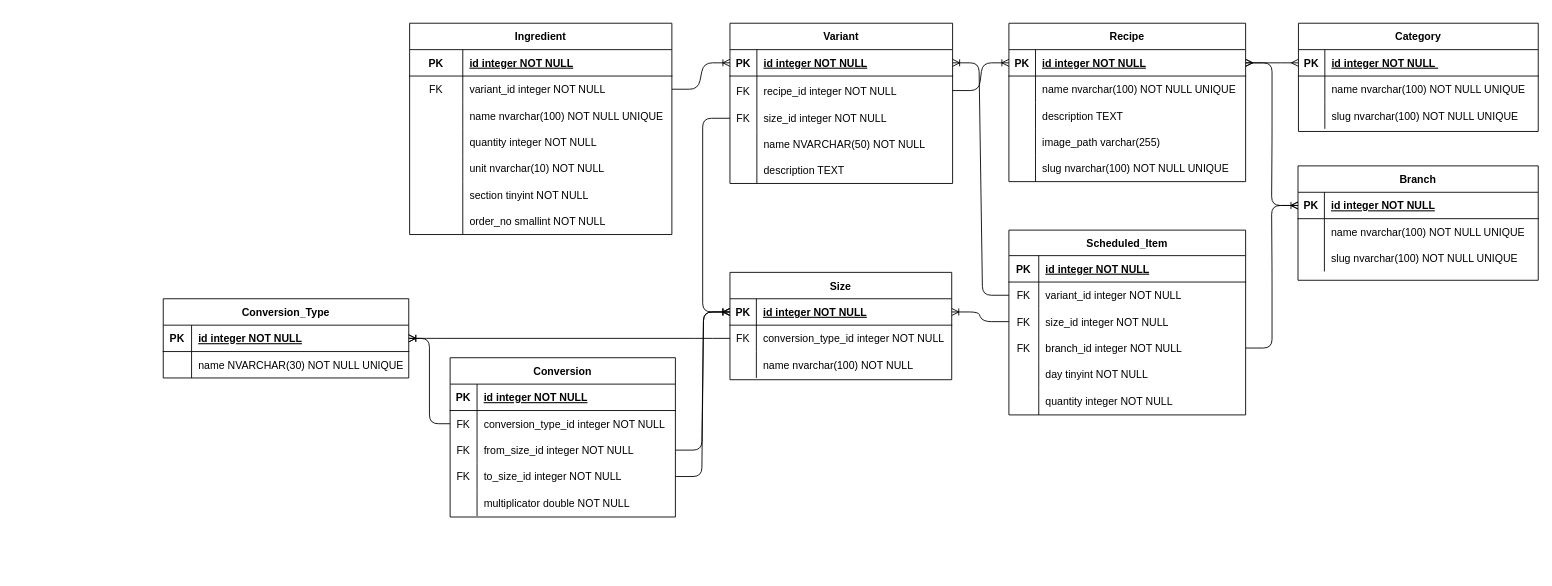
The draw.io diagram documentation/ERM.drawio in MetaEMK/RecipeManager_Backend, before the edit. Source tidied: cells renumbered, new cells numbered last; positions are measured from the earlier drawing's top-left corner, leaving out a move shared by most shapes. Both pictures are drawn from the tidied source at 88%, with x=0, y=0 at pixel (163, 23).
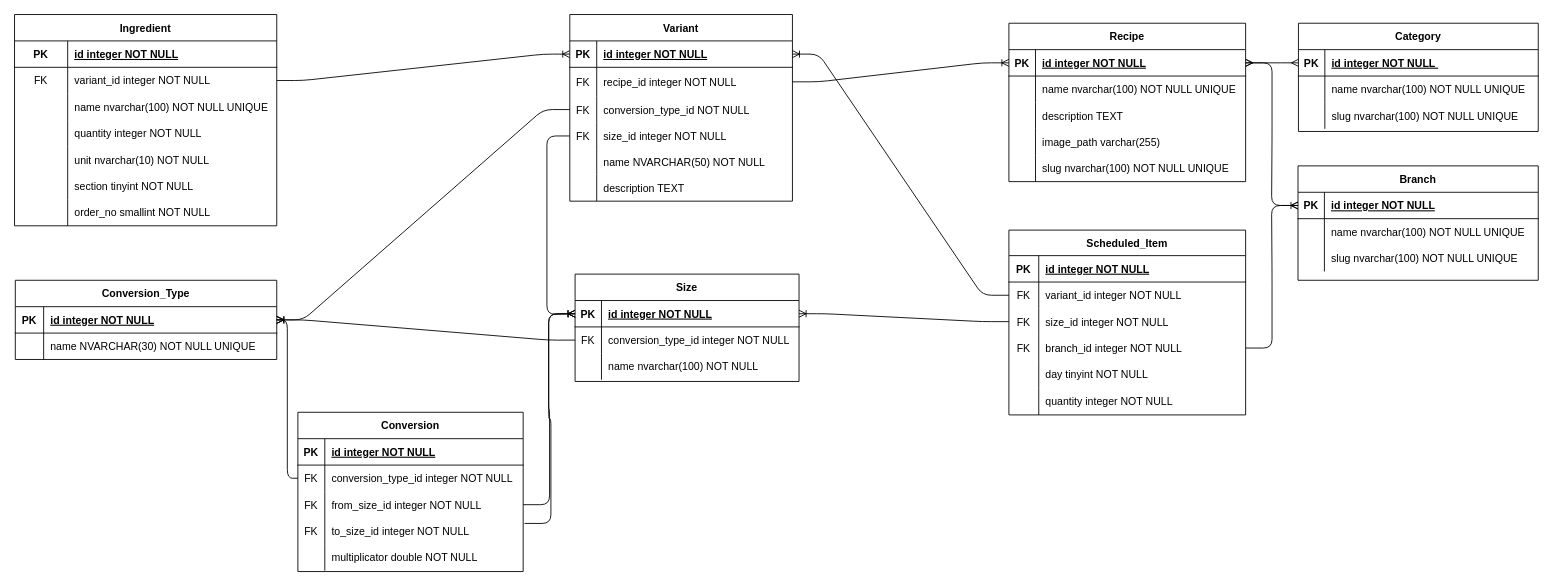
The same diagram, later.

Commit message:
Documentation - Updated ERM * Variant gets Conversion Type FK

Unchanged cells that the change refers to:
```xml
<mxCell id="106" style="shape=partialRectangle;fillColor=none;top=0;left=0;bottom=0;right=0;points=[[0,0.5],[1,0.5]];portConstraint=eastwest;" parent="102" vertex="1">
  <mxGeometry y="60" width="256" height="30" as="geometry" />
</mxCell>
<mxCell id="109" style="shape=partialRectangle;fillColor=none;top=0;left=0;bottom=0;right=0;points=[[0,0.5],[1,0.5]];portConstraint=eastwest;" parent="102" vertex="1">
  <mxGeometry y="90" width="256" height="30" as="geometry" />
</mxCell>
<mxCell id="112" style="shape=partialRectangle;fillColor=none;top=0;left=0;bottom=0;right=0;points=[[0,0.5],[1,0.5]];portConstraint=eastwest;" parent="102" vertex="1">
  <mxGeometry y="120" width="256" height="30" as="geometry" />
</mxCell>
```

The edit, as a diff of the source:
```diff
@@
     <mxCell id="47" value="Ingredient" style="shape=table;startSize=30;childLayout=tableLayout;rowLines=0;fontStyle=1;align=center;" parent="1" vertex="1">
-      <mxGeometry x="280" y="-0.1" width="298" height="240.1" as="geometry" />
+      <mxGeometry x="-169" y="-10" width="298" height="240.1" as="geometry" />
     </mxCell>
@@
     <mxCell id="69" value="Variant" style="shape=table;startSize=30;childLayout=tableLayout;rowLines=0;fontStyle=1;align=center;" parent="1" vertex="1">
-      <mxGeometry x="644" y="-0.1" width="253" height="182.1" as="geometry" />
+      <mxGeometry x="462" y="-10" width="253" height="212.1" as="geometry" />
     </mxCell>
@@
+    <mxCell id="140" style="shape=partialRectangle;fillColor=none;top=0;left=0;bottom=0;right=0;points=[[0,0.5],[1,0.5]];portConstraint=eastwest;" parent="69" vertex="1">
+      <mxGeometry y="93" width="253" height="30" as="geometry" />
+    </mxCell>
+    <mxCell id="141" value="FK" style="shape=partialRectangle;fillColor=none;top=0;left=0;bottom=0;right=0;fontStyle=0;overflow=hidden;" parent="140" vertex="1">
+      <mxGeometry width="30.6" height="30" as="geometry" />
+    </mxCell>
+    <mxCell id="142" value="conversion_type_id NOT NULL" style="shape=partialRectangle;fillColor=none;top=0;left=0;bottom=0;right=0;align=left;spacingLeft=6;fontStyle=0;overflow=hidden;" parent="140" vertex="1">
+      <mxGeometry x="30.6" width="222.4" height="30" as="geometry" />
+    </mxCell>
     <mxCell id="76" style="shape=partialRectangle;fillColor=none;top=0;left=0;bottom=0;right=0;points=[[0,0.5],[1,0.5]];portConstraint=eastwest;" parent="69" vertex="1">
-      <mxGeometry y="93" width="253" height="30" as="geometry" />
+      <mxGeometry y="123" width="253" height="30" as="geometry" />
     </mxCell>
@@
     <mxCell id="79" style="shape=partialRectangle;fillColor=none;top=0;left=0;bottom=0;right=0;" parent="69" vertex="1">
-      <mxGeometry y="123" width="253" height="29" as="geometry" />
+      <mxGeometry y="153" width="253" height="29" as="geometry" />
     </mxCell>
@@
     <mxCell id="82" style="shape=partialRectangle;fillColor=none;top=0;left=0;bottom=0;right=0;" parent="69" vertex="1">
-      <mxGeometry y="152" width="253" height="30" as="geometry" />
+      <mxGeometry y="182" width="253" height="30" as="geometry" />
     </mxCell>
@@
     <mxCell id="85" value="Conversion_Type" style="shape=table;startSize=30;childLayout=tableLayout;rowLines=0;fontStyle=1;align=center;" parent="1" vertex="1">
-      <mxGeometry y="313" width="279" height="90" as="geometry" />
+      <mxGeometry x="-168.1" y="292" width="297.1" height="90" as="geometry" />
     </mxCell>
     <mxCell id="86" style="shape=partialRectangle;fillColor=none;top=0;left=0;bottom=1;right=0;points=[[0,0.5],[1,0.5]];portConstraint=eastwest;" parent="85" vertex="1">
-      <mxGeometry y="30" width="279" height="30" as="geometry" />
+      <mxGeometry y="30" width="297.1" height="30" as="geometry" />
     </mxCell>
@@
     <mxCell id="88" value="id integer NOT NULL" style="shape=partialRectangle;fillColor=none;top=0;left=0;bottom=0;right=0;align=left;spacingLeft=6;fontStyle=5;overflow=hidden;" parent="86" vertex="1">
-      <mxGeometry x="32.2" width="246.8" height="30" as="geometry" />
+      <mxGeometry x="32.2" width="264.9" height="30" as="geometry" />
     </mxCell>
     <mxCell id="89" style="shape=partialRectangle;fillColor=none;top=0;left=0;bottom=0;right=0;" parent="85" vertex="1">
-      <mxGeometry y="60" width="279" height="30" as="geometry" />
+      <mxGeometry y="60" width="297.1" height="30" as="geometry" />
     </mxCell>
@@
     <mxCell id="91" value="name NVARCHAR(30) NOT NULL UNIQUE" style="shape=partialRectangle;fillColor=none;top=0;left=0;bottom=0;right=0;align=left;spacingLeft=6;overflow=hidden;" parent="89" vertex="1">
-      <mxGeometry x="32.2" width="246.8" height="30" as="geometry" />
+      <mxGeometry x="32.2" width="264.9" height="30" as="geometry" />
     </mxCell>
     <mxCell id="92" value="Size" style="shape=table;startSize=30;childLayout=tableLayout;rowLines=0;fontStyle=1;align=center;" parent="1" vertex="1">
-      <mxGeometry x="644" y="283" width="252" height="122" as="geometry" />
+      <mxGeometry x="468" y="285" width="254.5" height="122" as="geometry" />
     </mxCell>
     <mxCell id="93" style="shape=partialRectangle;fillColor=none;top=0;left=0;bottom=1;right=0;points=[[0,0.5],[1,0.5]];portConstraint=eastwest;" parent="92" vertex="1">
-      <mxGeometry y="30" width="252" height="30" as="geometry" />
+      <mxGeometry y="30" width="254.5" height="30" as="geometry" />
     </mxCell>
@@
     <mxCell id="95" value="id integer NOT NULL" style="shape=partialRectangle;fillColor=none;top=0;left=0;bottom=0;right=0;align=left;spacingLeft=6;fontStyle=5;overflow=hidden;" parent="93" vertex="1">
-      <mxGeometry x="30" width="222" height="30" as="geometry" />
+      <mxGeometry x="30" width="224.5" height="30" as="geometry" />
     </mxCell>
     <mxCell id="96" style="shape=partialRectangle;fillColor=none;top=0;left=0;bottom=0;right=0;points=[[0,0.5],[1,0.5]];portConstraint=eastwest;" parent="92" vertex="1">
-      <mxGeometry y="60" width="252" height="30" as="geometry" />
+      <mxGeometry y="60" width="254.5" height="30" as="geometry" />
     </mxCell>
@@
     <mxCell id="98" value="conversion_type_id integer NOT NULL" style="shape=partialRectangle;fillColor=none;top=0;left=0;bottom=0;right=0;align=left;spacingLeft=6;overflow=hidden;" parent="96" vertex="1">
-      <mxGeometry x="30" width="222" height="30" as="geometry" />
+      <mxGeometry x="30" width="224.5" height="30" as="geometry" />
     </mxCell>
     <mxCell id="99" style="shape=partialRectangle;fillColor=none;top=0;left=0;bottom=0;right=0;" parent="92" vertex="1">
-      <mxGeometry y="90" width="252" height="30" as="geometry" />
+      <mxGeometry y="90" width="254.5" height="30" as="geometry" />
     </mxCell>
@@
     <mxCell id="101" value="name nvarchar(100) NOT NULL" style="shape=partialRectangle;fillColor=none;top=0;left=0;bottom=0;right=0;align=left;spacingLeft=6;overflow=hidden;" parent="99" vertex="1">
-      <mxGeometry x="30" width="222" height="30" as="geometry" />
+      <mxGeometry x="30" width="224.5" height="30" as="geometry" />
     </mxCell>
     <mxCell id="102" value="Conversion" style="shape=table;startSize=30;childLayout=tableLayout;rowLines=0;fontStyle=1;align=center;" parent="1" vertex="1">
-      <mxGeometry x="326" y="380" width="256" height="181" as="geometry" />
+      <mxGeometry x="153" y="442" width="256" height="181" as="geometry" />
     </mxCell>
@@
-    <mxCell id="131" style="edgeStyle=orthogonalEdgeStyle;fontSize=12;html=1;endArrow=ERoneToMany;entryX=0;entryY=0.5;entryDx=0;entryDy=0;exitX=0;exitY=0.5;exitDx=0;exitDy=0;" parent="1" edge="1" source="76" target="93">
-      <mxGeometry relative="1" as="geometry">
-        <Array as="points">
-          <mxPoint x="613" y="108" />
-          <mxPoint x="613" y="328" />
-        </Array>
-      </mxGeometry>
-    </mxCell>
@@
-    <mxCell id="133" style="edgeStyle=entityRelationEdgeStyle;fontSize=12;html=1;endArrow=ERoneToMany;entryX=1;entryY=0.5;entryDx=0;entryDy=0;exitX=0;exitY=0.5;exitDx=0;exitDy=0;" parent="1" edge="1" source="96" target="86">
-      <mxGeometry relative="1" as="geometry" />
-    </mxCell>
-    <mxCell id="134" style="edgeStyle=entityRelationEdgeStyle;fontSize=12;html=1;endArrow=ERoneToMany;exitX=1;exitY=0.5;exitDx=0;exitDy=0;entryX=0;entryY=0.5;entryDx=0;entryDy=0;" parent="1" edge="1" source="109" target="93">
-      <mxGeometry relative="1" as="geometry" />
-    </mxCell>
-    <mxCell id="135" style="edgeStyle=entityRelationEdgeStyle;fontSize=12;html=1;endArrow=ERoneToMany;exitX=1;exitY=0.5;exitDx=0;exitDy=0;entryX=0;entryY=0.5;entryDx=0;entryDy=0;" parent="1" edge="1" source="112" target="93">
-      <mxGeometry relative="1" as="geometry" />
-    </mxCell>
@@
+    <mxCell id="143" style="edgeStyle=entityRelationEdgeStyle;fontSize=12;html=1;endArrow=ERoneToMany;entryX=1;entryY=0.5;entryDx=0;entryDy=0;exitX=0;exitY=0.5;exitDx=0;exitDy=0;" parent="1" edge="1" source="140" target="86">
+      <mxGeometry relative="1" as="geometry" />
+    </mxCell>
+    <mxCell id="133" style="edgeStyle=entityRelationEdgeStyle;fontSize=12;html=1;endArrow=ERoneToMany;entryX=1;entryY=0.5;entryDx=0;entryDy=0;exitX=0;exitY=0.5;exitDx=0;exitDy=0;" parent="1" edge="1" source="96" target="86">
+      <mxGeometry relative="1" as="geometry" />
+    </mxCell>
+    <mxCell id="131" style="edgeStyle=orthogonalEdgeStyle;fontSize=12;html=1;endArrow=ERoneToMany;entryX=0;entryY=0.5;entryDx=0;entryDy=0;exitX=0;exitY=0.5;exitDx=0;exitDy=0;" parent="1" edge="1" source="76" target="93">
+      <mxGeometry relative="1" as="geometry">
+        <Array as="points">
+          <mxPoint x="436" y="128" />
+          <mxPoint x="436" y="331" />
+          <mxPoint x="468" y="331" />
+        </Array>
+      </mxGeometry>
+    </mxCell>
-    <mxCell id="139" style="edgeStyle=orthogonalEdgeStyle;fontSize=12;html=1;endArrow=ERoneToMany;elbow=vertical;exitX=0;exitY=0.5;exitDx=0;exitDy=0;entryX=1;entryY=0.5;entryDx=0;entryDy=0;" parent="1" edge="1" source="106" target="86">
+    <mxCell id="139" style="fontSize=12;html=1;endArrow=ERoneToMany;entryX=1;entryY=0.5;entryDx=0;entryDy=0;exitX=0;exitY=0.5;exitDx=0;exitDy=0;edgeStyle=orthogonalEdgeStyle;" parent="1" edge="1" source="106" target="86">
       <mxGeometry relative="1" as="geometry" />
     </mxCell>
+    <mxCell id="134" style="edgeStyle=entityRelationEdgeStyle;fontSize=12;html=1;endArrow=ERoneToMany;exitX=1;exitY=0.5;exitDx=0;exitDy=0;entryX=0;entryY=0.5;entryDx=0;entryDy=0;" parent="1" edge="1" source="109" target="93">
+      <mxGeometry relative="1" as="geometry" />
+    </mxCell>
+    <mxCell id="135" style="edgeStyle=entityRelationEdgeStyle;fontSize=12;html=1;endArrow=ERoneToMany;entryX=0;entryY=0.5;entryDx=0;entryDy=0;exitX=1.006;exitY=0.211;exitDx=0;exitDy=0;exitPerimeter=0;" parent="1" edge="1" source="112" target="93">
+      <mxGeometry relative="1" as="geometry" />
+    </mxCell>
```
